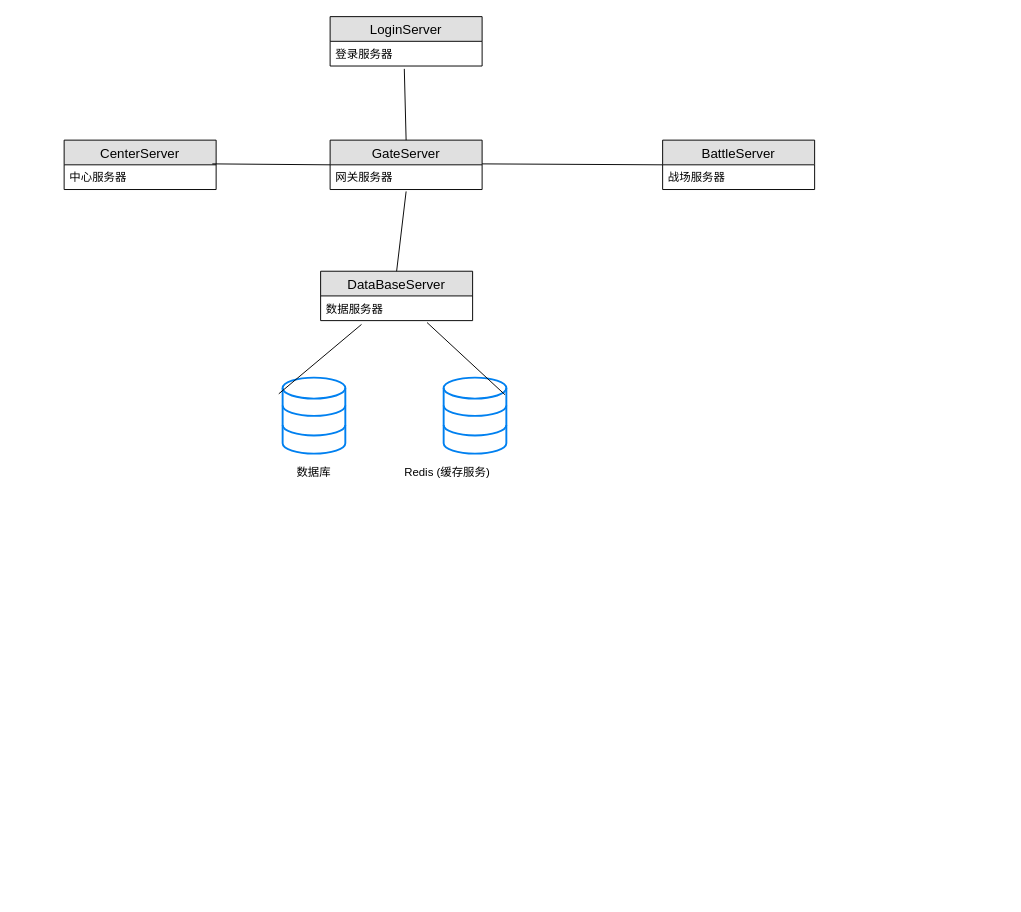
Above: page "第 2 页" (1 of 3) of doc/develop.drawio in coding2233/wanderer (draw.io), before the change. Source tidied: cells renumbered, new cells numbered last; positions are measured from the earlier drawing's top-left corner, leaving out a move shared by most shapes. Both pictures are drawn from the tidied source at 95%, with x=0, y=0 at pixel (64, 16).
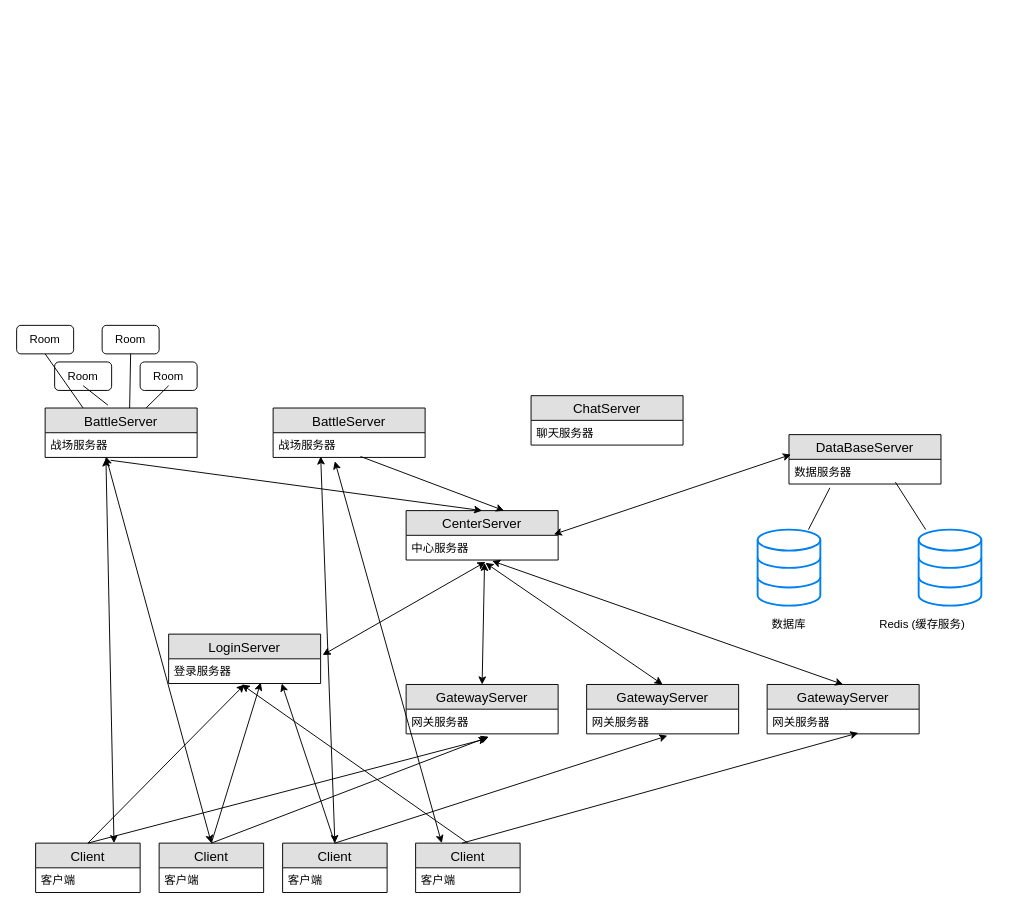
The same page after the edit.

The change refers to these unchanged cells:
```xml
<mxCell id="3" value="登录服务器" style="text;strokeColor=none;fillColor=none;spacingLeft=4;spacingRight=4;overflow=hidden;points=[[0,0.5],[1,0.5]];portConstraint=eastwest;fontSize=12;" parent="2" vertex="1">
  <mxGeometry y="26" width="160" height="26" as="geometry" />
</mxCell>
<mxCell id="7" value="战场服务器" style="text;strokeColor=none;fillColor=none;spacingLeft=4;spacingRight=4;overflow=hidden;points=[[0,0.5],[1,0.5]];portConstraint=eastwest;fontSize=12;" parent="6" vertex="1">
  <mxGeometry y="26" width="160" height="26" as="geometry" />
</mxCell>
<mxCell id="9" value="中心服务器" style="text;strokeColor=none;fillColor=none;spacingLeft=4;spacingRight=4;overflow=hidden;points=[[0,0.5],[1,0.5]];portConstraint=eastwest;fontSize=12;" parent="8" vertex="1">
  <mxGeometry y="26" width="160" height="26" as="geometry" />
</mxCell>
<mxCell id="12" style="html=1;verticalLabelPosition=bottom;align=center;labelBackgroundColor=#ffffff;verticalAlign=top;strokeWidth=2;strokeColor=#0080F0;shadow=0;dashed=0;shape=mxgraph.ios7.icons.data;" parent="11" vertex="1">
  <mxGeometry width="66" height="80" as="geometry" />
</mxCell>
<mxCell id="15" style="html=1;verticalLabelPosition=bottom;align=center;labelBackgroundColor=#ffffff;verticalAlign=top;strokeWidth=2;strokeColor=#0080F0;shadow=0;dashed=0;shape=mxgraph.ios7.icons.data;" parent="14" vertex="1">
  <mxGeometry x="29.5" width="66" height="80" as="geometry" />
</mxCell>
<mxCell id="18" value="数据服务器" style="text;strokeColor=none;fillColor=none;spacingLeft=4;spacingRight=4;overflow=hidden;points=[[0,0.5],[1,0.5]];portConstraint=eastwest;fontSize=12;" parent="17" vertex="1">
  <mxGeometry y="26" width="160" height="26" as="geometry" />
</mxCell>
```

What changed in the source:
```diff
@@
     <mxCell id="2" value="LoginServer" style="swimlane;fontStyle=0;horizontal=1;startSize=26;fillColor=#e0e0e0;swimlaneFillColor=#ffffff;align=center;fontSize=14;" parent="1" vertex="1">
-      <mxGeometry x="280" width="160" height="52" as="geometry" />
+      <mxGeometry x="110" y="650" width="160" height="52" as="geometry" />
     </mxCell>
@@
-    <mxCell id="4" value="GateServer" style="swimlane;fontStyle=0;horizontal=1;startSize=26;fillColor=#e0e0e0;swimlaneFillColor=#ffffff;align=center;fontSize=14;" parent="1" vertex="1">
-      <mxGeometry x="280" y="130" width="160" height="52" as="geometry" />
-    </mxCell>
-    <mxCell id="5" value="网关服务器" style="text;strokeColor=none;fillColor=none;spacingLeft=4;spacingRight=4;overflow=hidden;points=[[0,0.5],[1,0.5]];portConstraint=eastwest;fontSize=12;" parent="4" vertex="1">
-      <mxGeometry y="26" width="160" height="26" as="geometry" />
-    </mxCell>
     <mxCell id="6" value="BattleServer" style="swimlane;fontStyle=0;horizontal=1;startSize=26;fillColor=#e0e0e0;swimlaneFillColor=#ffffff;align=center;fontSize=14;" parent="1" vertex="1">
-      <mxGeometry x="630" y="130" width="160" height="52" as="geometry" />
+      <mxGeometry x="220" y="412" width="160" height="52" as="geometry" />
     </mxCell>
@@
     <mxCell id="8" value="CenterServer" style="swimlane;fontStyle=0;horizontal=1;startSize=26;fillColor=#e0e0e0;swimlaneFillColor=#ffffff;align=center;fontSize=14;" parent="1" vertex="1">
-      <mxGeometry y="130" width="160" height="52" as="geometry" />
+      <mxGeometry x="360" y="520" width="160" height="52" as="geometry" />
     </mxCell>
@@
-    <mxCell id="10" style="endArrow=none;html=1;entryX=0.488;entryY=1.115;entryDx=0;entryDy=0;entryPerimeter=0;exitX=0.5;exitY=0;exitDx=0;exitDy=0;" parent="1" edge="1" source="4" target="3">
-      <mxGeometry relative="1" as="geometry" />
-    </mxCell>
     <mxCell id="11" style="group;" parent="1" vertex="1">
-      <mxGeometry x="230" y="380" width="66" height="110" as="geometry" />
+      <mxGeometry x="730" y="540" width="66" height="110" as="geometry" />
     </mxCell>
@@
     <mxCell id="14" style="group;" parent="1" vertex="1">
-      <mxGeometry x="370" y="380" width="120" height="110" as="geometry" />
+      <mxGeometry x="870" y="540" width="120" height="110" as="geometry" />
     </mxCell>
@@
     <mxCell id="17" value="DataBaseServer" style="swimlane;fontStyle=0;horizontal=1;startSize=26;fillColor=#e0e0e0;swimlaneFillColor=#ffffff;align=center;fontSize=14;" parent="1" vertex="1">
-      <mxGeometry x="270" y="268" width="160" height="52" as="geometry" />
+      <mxGeometry x="763" y="440" width="160" height="52" as="geometry" />
     </mxCell>
@@
-    <mxCell id="19" style="endArrow=none;html=1;exitX=0.975;exitY=-0.038;exitDx=0;exitDy=0;exitPerimeter=0;entryX=0;entryY=0.5;entryDx=0;entryDy=0;" parent="1" edge="1" source="9" target="4">
-      <mxGeometry relative="1" as="geometry" />
-    </mxCell>
-    <mxCell id="20" style="endArrow=none;html=1;exitX=1;exitY=-0.038;exitDx=0;exitDy=0;exitPerimeter=0;entryX=0;entryY=0.5;entryDx=0;entryDy=0;" parent="1" edge="1" source="5" target="6">
-      <mxGeometry relative="1" as="geometry" />
-    </mxCell>
-    <mxCell id="21" style="endArrow=none;html=1;entryX=0.5;entryY=1.077;entryDx=0;entryDy=0;entryPerimeter=0;exitX=0.5;exitY=0;exitDx=0;exitDy=0;" parent="1" edge="1" source="17" target="5">
-      <mxGeometry relative="1" as="geometry" />
-    </mxCell>
-    <mxCell id="22" style="endArrow=none;html=1;entryX=0.7;entryY=1.077;entryDx=0;entryDy=0;entryPerimeter=0;exitX=0.978;exitY=0.225;exitDx=0;exitDy=0;exitPerimeter=0;" parent="1" edge="1" source="15" target="18">
-      <mxGeometry relative="1" as="geometry" />
+    <mxCell id="22" style="endArrow=none;html=1;" parent="1" edge="1" source="15">
+      <mxGeometry relative="1" as="geometry">
+        <mxPoint x="875" y="490" as="targetPoint" />
+      </mxGeometry>
     </mxCell>
-    <mxCell id="23" style="endArrow=none;html=1;entryX=0.269;entryY=1.154;entryDx=0;entryDy=0;entryPerimeter=0;exitX=-0.061;exitY=0.213;exitDx=0;exitDy=0;exitPerimeter=0;" parent="1" edge="1" source="12" target="18">
+    <mxCell id="23" style="endArrow=none;html=1;entryX=0.269;entryY=1.154;entryDx=0;entryDy=0;entryPerimeter=0;" parent="1" edge="1" source="12" target="18">
       <mxGeometry relative="1" as="geometry" />
     </mxCell>
+    <mxCell id="24" value="Client" style="swimlane;fontStyle=0;horizontal=1;startSize=26;fillColor=#e0e0e0;swimlaneFillColor=#ffffff;align=center;fontSize=14;" parent="1" vertex="1">
+      <mxGeometry x="-30" y="870" width="110" height="52" as="geometry" />
+    </mxCell>
+    <mxCell id="25" value="客户端" style="text;strokeColor=none;fillColor=none;spacingLeft=4;spacingRight=4;overflow=hidden;fontSize=12;" parent="24" vertex="1">
+      <mxGeometry y="26" width="110" height="26" as="geometry" />
+    </mxCell>
+    <mxCell id="26" value="Client" style="swimlane;fontStyle=0;horizontal=1;startSize=26;fillColor=#e0e0e0;swimlaneFillColor=#ffffff;align=center;fontSize=14;" parent="1" vertex="1">
+      <mxGeometry x="100" y="870" width="110" height="52" as="geometry" />
+    </mxCell>
+    <mxCell id="27" value="客户端" style="text;strokeColor=none;fillColor=none;spacingLeft=4;spacingRight=4;overflow=hidden;fontSize=12;" parent="26" vertex="1">
+      <mxGeometry y="26" width="110" height="26" as="geometry" />
+    </mxCell>
+    <mxCell id="28" value="Client" style="swimlane;fontStyle=0;horizontal=1;startSize=26;fillColor=#e0e0e0;swimlaneFillColor=#ffffff;align=center;fontSize=14;" parent="1" vertex="1">
+      <mxGeometry x="230" y="870" width="110" height="52" as="geometry" />
+    </mxCell>
+    <mxCell id="29" value="客户端" style="text;strokeColor=none;fillColor=none;spacingLeft=4;spacingRight=4;overflow=hidden;fontSize=12;" parent="28" vertex="1">
+      <mxGeometry y="26" width="110" height="26" as="geometry" />
+    </mxCell>
+    <mxCell id="30" value="Client" style="swimlane;fontStyle=0;horizontal=1;startSize=26;fillColor=#e0e0e0;swimlaneFillColor=#ffffff;align=center;fontSize=14;" parent="1" vertex="1">
+      <mxGeometry x="370" y="870" width="110" height="52" as="geometry" />
+    </mxCell>
+    <mxCell id="31" value="客户端" style="text;strokeColor=none;fillColor=none;spacingLeft=4;spacingRight=4;overflow=hidden;fontSize=12;" parent="30" vertex="1">
+      <mxGeometry y="26" width="110" height="26" as="geometry" />
+    </mxCell>
+    <mxCell id="32" style="endArrow=classic;html=1;exitX=0.5;exitY=0;exitDx=0;exitDy=0;entryX=0.5;entryY=1.038;entryDx=0;entryDy=0;entryPerimeter=0;" parent="1" edge="1" source="24" target="3">
+      <mxGeometry relative="1" as="geometry" />
+    </mxCell>
+    <mxCell id="33" style="endArrow=classic;html=1;exitX=0.5;exitY=0;exitDx=0;exitDy=0;entryX=0.606;entryY=0.962;entryDx=0;entryDy=0;entryPerimeter=0;" parent="1" edge="1" source="26" target="3">
+      <mxGeometry relative="1" as="geometry" />
+    </mxCell>
+    <mxCell id="34" style="endArrow=classic;html=1;exitX=0.5;exitY=0;exitDx=0;exitDy=0;entryX=0.744;entryY=1;entryDx=0;entryDy=0;entryPerimeter=0;" parent="1" edge="1" source="28" target="3">
+      <mxGeometry relative="1" as="geometry" />
+    </mxCell>
+    <mxCell id="35" style="endArrow=classic;html=1;entryX=0.481;entryY=1.038;entryDx=0;entryDy=0;entryPerimeter=0;exitX=0.5;exitY=0;exitDx=0;exitDy=0;" parent="1" edge="1" source="30" target="3">
+      <mxGeometry relative="1" as="geometry" />
+    </mxCell>
+    <mxCell id="36" value="GatewayServer" style="swimlane;fontStyle=0;horizontal=1;startSize=26;fillColor=#e0e0e0;swimlaneFillColor=#ffffff;align=center;fontSize=14;" parent="1" vertex="1">
+      <mxGeometry x="360" y="703" width="160" height="52" as="geometry" />
+    </mxCell>
+    <mxCell id="37" value="网关服务器" style="text;strokeColor=none;fillColor=none;spacingLeft=4;spacingRight=4;overflow=hidden;points=[[0,0.5],[1,0.5]];portConstraint=eastwest;fontSize=12;" parent="36" vertex="1">
+      <mxGeometry y="26" width="160" height="26" as="geometry" />
+    </mxCell>
+    <mxCell id="38" value="GatewayServer" style="swimlane;fontStyle=0;horizontal=1;startSize=26;fillColor=#e0e0e0;swimlaneFillColor=#ffffff;align=center;fontSize=14;" parent="1" vertex="1">
+      <mxGeometry x="550" y="703" width="160" height="52" as="geometry" />
+    </mxCell>
+    <mxCell id="39" value="网关服务器" style="text;strokeColor=none;fillColor=none;spacingLeft=4;spacingRight=4;overflow=hidden;points=[[0,0.5],[1,0.5]];portConstraint=eastwest;fontSize=12;" parent="38" vertex="1">
+      <mxGeometry y="26" width="160" height="26" as="geometry" />
+    </mxCell>
+    <mxCell id="40" value="GatewayServer" style="swimlane;fontStyle=0;horizontal=1;startSize=26;fillColor=#e0e0e0;swimlaneFillColor=#ffffff;align=center;fontSize=14;" parent="1" vertex="1">
+      <mxGeometry x="740" y="703" width="160" height="52" as="geometry" />
+    </mxCell>
+    <mxCell id="41" value="网关服务器" style="text;strokeColor=none;fillColor=none;spacingLeft=4;spacingRight=4;overflow=hidden;points=[[0,0.5],[1,0.5]];portConstraint=eastwest;fontSize=12;" parent="40" vertex="1">
+      <mxGeometry y="26" width="160" height="26" as="geometry" />
+    </mxCell>
+    <mxCell id="42" style="endArrow=classic;html=1;exitX=0.5;exitY=0;exitDx=0;exitDy=0;entryX=0.544;entryY=1.115;entryDx=0;entryDy=0;entryPerimeter=0;" parent="1" edge="1" source="26" target="37">
+      <mxGeometry relative="1" as="geometry" />
+    </mxCell>
+    <mxCell id="43" style="endArrow=classic;html=1;exitX=0.5;exitY=0;exitDx=0;exitDy=0;entryX=0.531;entryY=1.192;entryDx=0;entryDy=0;entryPerimeter=0;" parent="1" edge="1" source="24" target="37">
+      <mxGeometry relative="1" as="geometry" />
+    </mxCell>
+    <mxCell id="44" style="endArrow=classic;html=1;exitX=0.5;exitY=0;exitDx=0;exitDy=0;entryX=0.531;entryY=1.077;entryDx=0;entryDy=0;entryPerimeter=0;" parent="1" edge="1" source="28" target="39">
+      <mxGeometry relative="1" as="geometry" />
+    </mxCell>
+    <mxCell id="45" style="endArrow=classic;html=1;exitX=0.445;exitY=0;exitDx=0;exitDy=0;exitPerimeter=0;entryX=0.6;entryY=0.962;entryDx=0;entryDy=0;entryPerimeter=0;" parent="1" edge="1" source="30" target="41">
+      <mxGeometry relative="1" as="geometry" />
+    </mxCell>
+    <mxCell id="46" style="endArrow=classic;startArrow=classic;html=1;exitX=1.013;exitY=-0.154;exitDx=0;exitDy=0;exitPerimeter=0;entryX=0.522;entryY=1.077;entryDx=0;entryDy=0;entryPerimeter=0;" parent="1" edge="1" source="3" target="9">
+      <mxGeometry relative="1" as="geometry" />
+    </mxCell>
+    <mxCell id="47" style="endArrow=classic;startArrow=classic;html=1;entryX=0.516;entryY=1.115;entryDx=0;entryDy=0;entryPerimeter=0;exitX=0.5;exitY=0;exitDx=0;exitDy=0;" parent="1" edge="1" source="36" target="9">
+      <mxGeometry relative="1" as="geometry" />
+    </mxCell>
+    <mxCell id="48" style="endArrow=classic;startArrow=classic;html=1;entryX=0.522;entryY=1.115;entryDx=0;entryDy=0;entryPerimeter=0;exitX=0.5;exitY=0;exitDx=0;exitDy=0;" parent="1" edge="1" source="38" target="9">
+      <mxGeometry relative="1" as="geometry" />
+    </mxCell>
+    <mxCell id="49" style="endArrow=classic;startArrow=classic;html=1;entryX=0.566;entryY=1.038;entryDx=0;entryDy=0;entryPerimeter=0;exitX=0.5;exitY=0;exitDx=0;exitDy=0;" parent="1" edge="1" source="40" target="9">
+      <mxGeometry relative="1" as="geometry" />
+    </mxCell>
+    <mxCell id="50" style="endArrow=classic;startArrow=classic;html=1;exitX=0.972;exitY=-0.038;exitDx=0;exitDy=0;exitPerimeter=0;entryX=0.013;entryY=-0.192;entryDx=0;entryDy=0;entryPerimeter=0;" parent="1" edge="1" source="9" target="18">
+      <mxGeometry relative="1" as="geometry" />
+    </mxCell>
+    <mxCell id="51" value="BattleServer" style="swimlane;fontStyle=0;horizontal=1;startSize=26;fillColor=#e0e0e0;swimlaneFillColor=#ffffff;align=center;fontSize=14;" parent="1" vertex="1">
+      <mxGeometry x="-20" y="412" width="160" height="52" as="geometry" />
+    </mxCell>
+    <mxCell id="52" value="战场服务器" style="text;strokeColor=none;fillColor=none;spacingLeft=4;spacingRight=4;overflow=hidden;points=[[0,0.5],[1,0.5]];portConstraint=eastwest;fontSize=12;" parent="51" vertex="1">
+      <mxGeometry y="26" width="160" height="26" as="geometry" />
+    </mxCell>
+    <mxCell id="53" style="endArrow=classic;html=1;exitX=0.431;exitY=1.115;exitDx=0;exitDy=0;exitPerimeter=0;entryX=0.5;entryY=0;entryDx=0;entryDy=0;" parent="1" edge="1" source="52" target="8">
+      <mxGeometry relative="1" as="geometry" />
+    </mxCell>
+    <mxCell id="54" style="endArrow=classic;html=1;exitX=0.575;exitY=0.962;exitDx=0;exitDy=0;exitPerimeter=0;entryX=0.644;entryY=0;entryDx=0;entryDy=0;entryPerimeter=0;" parent="1" edge="1" source="7" target="8">
+      <mxGeometry relative="1" as="geometry" />
+    </mxCell>
+    <mxCell id="55" style="endArrow=classic;startArrow=classic;html=1;entryX=0.4;entryY=1.038;entryDx=0;entryDy=0;entryPerimeter=0;exitX=0.75;exitY=0;exitDx=0;exitDy=0;" parent="1" edge="1" source="24" target="52">
+      <mxGeometry relative="1" as="geometry" />
+    </mxCell>
+    <mxCell id="56" style="endArrow=classic;startArrow=classic;html=1;entryX=0.4;entryY=0.962;entryDx=0;entryDy=0;entryPerimeter=0;exitX=0.5;exitY=0;exitDx=0;exitDy=0;" parent="1" edge="1" source="26" target="52">
+      <mxGeometry relative="1" as="geometry" />
+    </mxCell>
+    <mxCell id="57" style="endArrow=classic;startArrow=classic;html=1;entryX=0.313;entryY=0.962;entryDx=0;entryDy=0;entryPerimeter=0;exitX=0.5;exitY=0;exitDx=0;exitDy=0;" parent="1" edge="1" source="28" target="7">
+      <mxGeometry relative="1" as="geometry" />
+    </mxCell>
+    <mxCell id="58" style="endArrow=classic;startArrow=classic;html=1;entryX=0.406;entryY=1.154;entryDx=0;entryDy=0;entryPerimeter=0;exitX=0.25;exitY=0;exitDx=0;exitDy=0;" parent="1" edge="1" source="30" target="7">
+      <mxGeometry relative="1" as="geometry" />
+    </mxCell>
+    <mxCell id="59" value="ChatServer" style="swimlane;fontStyle=0;horizontal=1;startSize=26;fillColor=#e0e0e0;swimlaneFillColor=#ffffff;align=center;fontSize=14;" parent="1" vertex="1">
+      <mxGeometry x="491.5" y="399" width="160" height="52" as="geometry" />
+    </mxCell>
+    <mxCell id="60" value="聊天服务器" style="text;strokeColor=none;fillColor=none;spacingLeft=4;spacingRight=4;overflow=hidden;fontSize=12;" parent="59" vertex="1">
+      <mxGeometry y="26" width="160" height="26" as="geometry" />
+    </mxCell>
+    <mxCell id="61" style="rounded=1;whiteSpace=wrap;html=1;" parent="1" vertex="1">
+      <mxGeometry x="-50" y="325" width="60" height="30" as="geometry" />
+    </mxCell>
+    <mxCell id="62" value="Room" style="text;html=1;strokeColor=none;fillColor=none;align=center;verticalAlign=middle;whiteSpace=wrap;rounded=0;" parent="1" vertex="1">
+      <mxGeometry x="-40" y="330" width="40" height="20" as="geometry" />
+    </mxCell>
+    <mxCell id="63" style="rounded=1;whiteSpace=wrap;html=1;" parent="1" vertex="1">
+      <mxGeometry x="40" y="325" width="60" height="30" as="geometry" />
+    </mxCell>
+    <mxCell id="64" value="Room" style="text;html=1;strokeColor=none;fillColor=none;align=center;verticalAlign=middle;whiteSpace=wrap;rounded=0;" parent="1" vertex="1">
+      <mxGeometry x="50" y="330" width="40" height="20" as="geometry" />
+    </mxCell>
+    <mxCell id="65" style="rounded=1;whiteSpace=wrap;html=1;" parent="1" vertex="1">
+      <mxGeometry x="-10" y="363.5" width="60" height="30" as="geometry" />
+    </mxCell>
+    <mxCell id="66" value="Room" style="text;html=1;strokeColor=none;fillColor=none;align=center;verticalAlign=middle;whiteSpace=wrap;rounded=0;" parent="1" vertex="1">
+      <mxGeometry y="368.5" width="40" height="20" as="geometry" />
+    </mxCell>
+    <mxCell id="67" style="rounded=1;whiteSpace=wrap;html=1;" parent="1" vertex="1">
+      <mxGeometry x="80" y="363.5" width="60" height="30" as="geometry" />
+    </mxCell>
+    <mxCell id="68" value="Room" style="text;html=1;strokeColor=none;fillColor=none;align=center;verticalAlign=middle;whiteSpace=wrap;rounded=0;" parent="1" vertex="1">
+      <mxGeometry x="90" y="368.5" width="40" height="20" as="geometry" />
+    </mxCell>
+    <mxCell id="69" style="endArrow=none;html=1;entryX=0.5;entryY=1;entryDx=0;entryDy=0;exitX=0.25;exitY=0;exitDx=0;exitDy=0;" parent="1" edge="1" source="51" target="61">
+      <mxGeometry relative="1" as="geometry" />
+    </mxCell>
+    <mxCell id="70" style="endArrow=none;html=1;entryX=0.5;entryY=1;entryDx=0;entryDy=0;exitX=0.413;exitY=-0.058;exitDx=0;exitDy=0;exitPerimeter=0;" parent="1" edge="1" source="51" target="66">
+      <mxGeometry relative="1" as="geometry" />
+    </mxCell>
+    <mxCell id="71" style="endArrow=none;html=1;entryX=0.5;entryY=1;entryDx=0;entryDy=0;exitX=0.556;exitY=0;exitDx=0;exitDy=0;exitPerimeter=0;" parent="1" edge="1" source="51" target="63">
+      <mxGeometry relative="1" as="geometry" />
+    </mxCell>
+    <mxCell id="72" style="endArrow=none;html=1;entryX=0.5;entryY=1;entryDx=0;entryDy=0;" parent="1" edge="1" source="51" target="68">
+      <mxGeometry relative="1" as="geometry" />
+    </mxCell>
```
